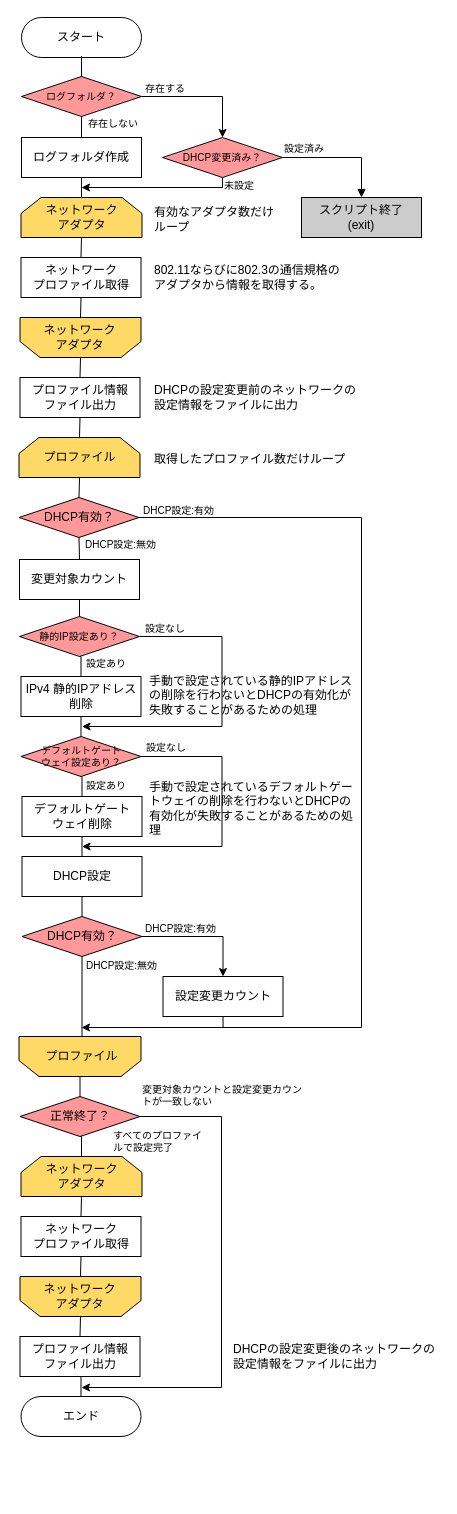
reizo0901/Doc keeps this draw.io diagram as dhcp切り替えスクリプト.drawio. Above is the earlier version. Source tidied: cells renumbered, new cells numbered last; positions are measured from the earlier drawing's top-left corner, leaving out a move shared by most shapes. Both pictures are drawn from the tidied source at 100%, with x=0, y=0 at pixel (19, 17).
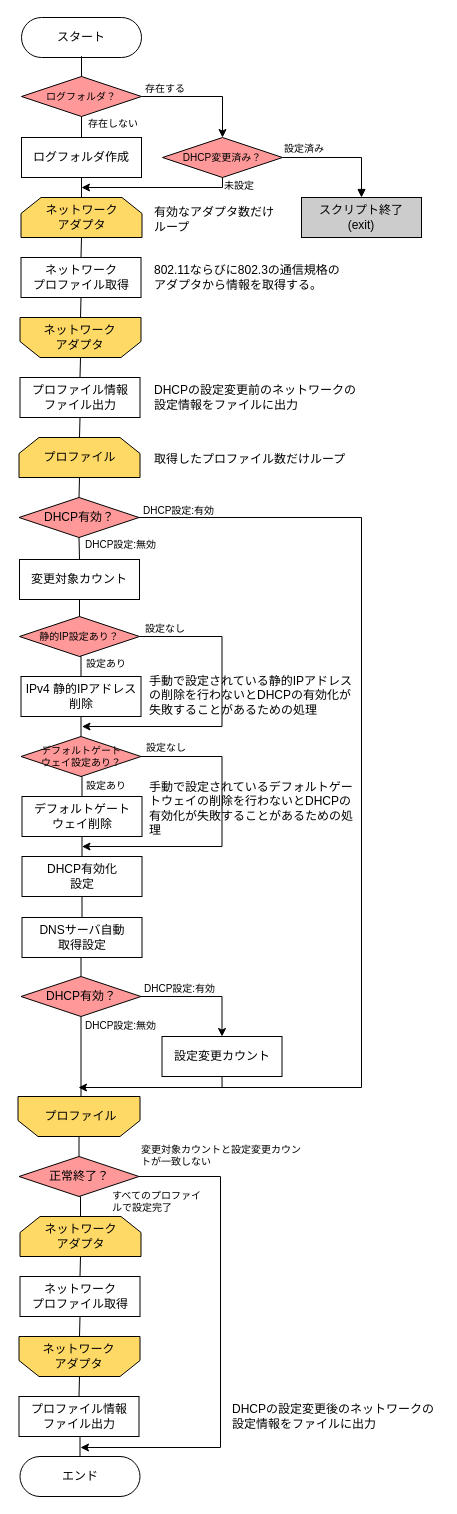
The same diagram, later.

Commit message:
dhcp切り替えスクリプト.drawio を更新します

Unchanged cells that the change refers to:
```xml
<mxCell id="33" value="DHCP有効？" style="rhombus;whiteSpace=wrap;html=1;fillColor=#FF9999;" parent="1" vertex="1">
  <mxGeometry x="-0.5" y="480" width="120" height="40" as="geometry" />
</mxCell>
```

Diff of the diagram source:
```diff
@@
     <mxCell id="3" value="エンド" style="rounded=1;whiteSpace=wrap;html=1;arcSize=50;" parent="1" vertex="1">
-      <mxGeometry x="1.5" y="1379" width="120" height="40" as="geometry" />
+      <mxGeometry x="0.5" y="1439" width="120" height="40" as="geometry" />
     </mxCell>
@@
     <mxCell id="29" style="shape=loopLimit;whiteSpace=wrap;html=1;rotation=-180;verticalAlign=middle;fillColor=#FFD966;" parent="1" vertex="1">
-      <mxGeometry x="-0.5" y="1019" width="122" height="40" as="geometry" />
+      <mxGeometry x="-1.5" y="1079" width="122" height="40" as="geometry" />
     </mxCell>
     <mxCell id="30" value="プロファイル" style="text;html=1;strokeColor=none;fillColor=none;align=center;verticalAlign=middle;whiteSpace=wrap;rounded=0;" parent="1" vertex="1">
-      <mxGeometry x="22" y="1024" width="81" height="30" as="geometry" />
+      <mxGeometry x="21" y="1084" width="81" height="30" as="geometry" />
     </mxCell>
@@
     <mxCell id="32" style="edgeStyle=orthogonalEdgeStyle;rounded=0;jettySize=auto;html=1;exitX=1;exitY=0.5;exitDx=0;exitDy=0;" parent="1" edge="1" source="33">
       <mxGeometry relative="1" as="geometry">
-        <mxPoint x="62" y="1010" as="targetPoint" />
+        <mxPoint x="59" y="1070" as="targetPoint" />
         <Array as="points">
           <mxPoint x="342" y="500" />
-          <mxPoint x="342" y="1010" />
+          <mxPoint x="342" y="1070" />
+          <mxPoint x="62" y="1070" />
         </Array>
       </mxGeometry>
     </mxCell>
@@
-    <mxCell id="51" value="DHCP設定" style="rounded=0;whiteSpace=wrap;html=1;" parent="1" vertex="1">
+    <mxCell id="51" value="DHCP有効化&lt;br&gt;設定" style="rounded=0;whiteSpace=wrap;html=1;" parent="1" vertex="1">
       <mxGeometry x="2.5" y="839" width="120" height="40" as="geometry" />
     </mxCell>
     <mxCell id="52" style="edgeStyle=orthogonalEdgeStyle;rounded=0;hachureGap=4;jettySize=auto;html=1;exitX=0.5;exitY=1;exitDx=0;exitDy=0;entryX=0.5;entryY=1;entryDx=0;entryDy=0;fontFamily=Architects Daughter;fontSize=16;endArrow=none;endFill=0;" parent="1" edge="1" source="54" target="29">
       <mxGeometry relative="1" as="geometry">
         <Array as="points">
-          <mxPoint x="62.5" y="1019" />
+          <mxPoint x="61.5" y="1079" />
         </Array>
       </mxGeometry>
     </mxCell>
@@
     <mxCell id="54" value="DHCP有効？" style="rhombus;whiteSpace=wrap;html=1;fillColor=#FF9999;" parent="1" vertex="1">
-      <mxGeometry x="2.5" y="899" width="120" height="40" as="geometry" />
+      <mxGeometry x="1.5" y="959" width="120" height="40" as="geometry" />
     </mxCell>
     <mxCell id="55" value="DHCP設定:無効" style="text;html=1;strokeColor=none;fillColor=none;align=left;verticalAlign=middle;whiteSpace=wrap;rounded=0;fontSize=10;" parent="1" vertex="1">
-      <mxGeometry x="64.5" y="933" width="100" height="30" as="geometry" />
+      <mxGeometry x="63.5" y="993" width="100" height="30" as="geometry" />
     </mxCell>
     <mxCell id="56" value="DHCP設定:有効" style="text;html=1;strokeColor=none;fillColor=none;align=left;verticalAlign=middle;whiteSpace=wrap;rounded=0;fontSize=10;" parent="1" vertex="1">
-      <mxGeometry x="123.5" y="896" width="107" height="30" as="geometry" />
+      <mxGeometry x="122.5" y="956" width="107" height="30" as="geometry" />
     </mxCell>
     <mxCell id="57" style="edgeStyle=orthogonalEdgeStyle;rounded=0;jettySize=auto;html=1;exitX=0.5;exitY=1;exitDx=0;exitDy=0;endArrow=none;endFill=0;" parent="1" edge="1" source="58">
       <mxGeometry relative="1" as="geometry">
-        <mxPoint x="203.6" y="1010" as="targetPoint" />
+        <mxPoint x="202.6" y="1070" as="targetPoint" />
       </mxGeometry>
     </mxCell>
     <mxCell id="58" value="設定変更カウント" style="rounded=0;whiteSpace=wrap;html=1;" parent="1" vertex="1">
-      <mxGeometry x="143.5" y="959" width="120" height="40" as="geometry" />
+      <mxGeometry x="142.5" y="1019" width="120" height="40" as="geometry" />
     </mxCell>
@@
     <mxCell id="61" style="edgeStyle=orthogonalEdgeStyle;rounded=0;jettySize=auto;html=1;exitX=1;exitY=0.5;exitDx=0;exitDy=0;" parent="1" edge="1" source="62">
       <mxGeometry relative="1" as="geometry">
-        <mxPoint x="62" y="1370" as="targetPoint" />
+        <mxPoint x="61" y="1430" as="targetPoint" />
         <Array as="points">
-          <mxPoint x="202" y="1099" />
-          <mxPoint x="202" y="1370" />
+          <mxPoint x="201" y="1159" />
+          <mxPoint x="201" y="1430" />
         </Array>
       </mxGeometry>
     </mxCell>
     <mxCell id="62" value="正常終了？" style="rhombus;whiteSpace=wrap;html=1;fillColor=#FF9999;" parent="1" vertex="1">
-      <mxGeometry x="0.5" y="1079" width="120" height="40" as="geometry" />
+      <mxGeometry x="-0.5" y="1139" width="120" height="40" as="geometry" />
     </mxCell>
     <mxCell id="63" value="変更対象カウントと設定変更カウントが一致しない" style="text;html=1;strokeColor=none;fillColor=none;align=left;verticalAlign=middle;whiteSpace=wrap;rounded=0;fontSize=10;" parent="1" vertex="1">
-      <mxGeometry x="120.5" y="1063" width="171" height="30" as="geometry" />
+      <mxGeometry x="119.5" y="1123" width="171" height="30" as="geometry" />
     </mxCell>
     <mxCell id="64" value="すべてのプロファイルで設定完了" style="text;html=1;strokeColor=none;fillColor=none;align=left;verticalAlign=middle;whiteSpace=wrap;rounded=0;fontSize=10;" parent="1" vertex="1">
-      <mxGeometry x="91.5" y="1109" width="100" height="30" as="geometry" />
+      <mxGeometry x="90.5" y="1169" width="100" height="30" as="geometry" />
     </mxCell>
@@
     <mxCell id="66" value="ネットワーク&lt;br&gt;アダプタ" style="shape=loopLimit;whiteSpace=wrap;html=1;fillColor=#FFD966;" parent="1" vertex="1">
-      <mxGeometry x="1.5" y="1139" width="121" height="40" as="geometry" />
+      <mxGeometry x="0.5" y="1199" width="121" height="40" as="geometry" />
     </mxCell>
@@
     <mxCell id="68" value="ネットワーク&lt;br&gt;プロファイル取得" style="rounded=0;whiteSpace=wrap;html=1;" parent="1" vertex="1">
-      <mxGeometry x="1.5" y="1199" width="120" height="40" as="geometry" />
+      <mxGeometry x="0.5" y="1259" width="120" height="40" as="geometry" />
     </mxCell>
@@
     <mxCell id="70" value="プロファイル情報&lt;br&gt;ファイル出力" style="rounded=0;whiteSpace=wrap;html=1;" parent="1" vertex="1">
-      <mxGeometry x="0.5" y="1319" width="120" height="40" as="geometry" />
+      <mxGeometry x="-0.5" y="1379" width="120" height="40" as="geometry" />
     </mxCell>
@@
     <mxCell id="72" style="shape=loopLimit;whiteSpace=wrap;html=1;rotation=-180;verticalAlign=middle;fillColor=#FFD966;" parent="1" vertex="1">
-      <mxGeometry x="0.5" y="1259" width="121" height="40" as="geometry" />
+      <mxGeometry x="-0.5" y="1319" width="121" height="40" as="geometry" />
     </mxCell>
     <mxCell id="73" value="ネットワーク&lt;br&gt;アダプタ" style="text;html=1;strokeColor=none;fillColor=none;align=center;verticalAlign=middle;whiteSpace=wrap;rounded=0;" parent="1" vertex="1">
-      <mxGeometry x="20" y="1264" width="81" height="30" as="geometry" />
+      <mxGeometry x="19" y="1324" width="81" height="30" as="geometry" />
     </mxCell>
@@
     <mxCell id="78" value="DHCPの設定変更後のネットワークの&lt;br&gt;設定情報をファイルに出力" style="text;html=1;strokeColor=none;fillColor=none;align=left;verticalAlign=middle;whiteSpace=wrap;rounded=0;" parent="1" vertex="1">
-      <mxGeometry x="212" y="1324" width="209" height="30" as="geometry" />
+      <mxGeometry x="211" y="1384" width="209" height="30" as="geometry" />
     </mxCell>
@@
+    <mxCell id="83" value="DNSサーバ自動&lt;br&gt;取得設定" style="rounded=0;whiteSpace=wrap;html=1;" parent="1" vertex="1">
+      <mxGeometry x="2.5" y="900" width="120" height="40" as="geometry" />
+    </mxCell>
```
